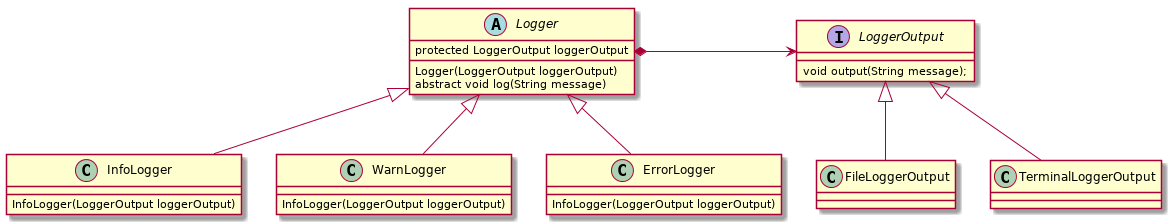
sauljabin/java-design-patterns keeps this PlantUML diagram as plantuml/structural/bridge.png. Above is the earlier version.
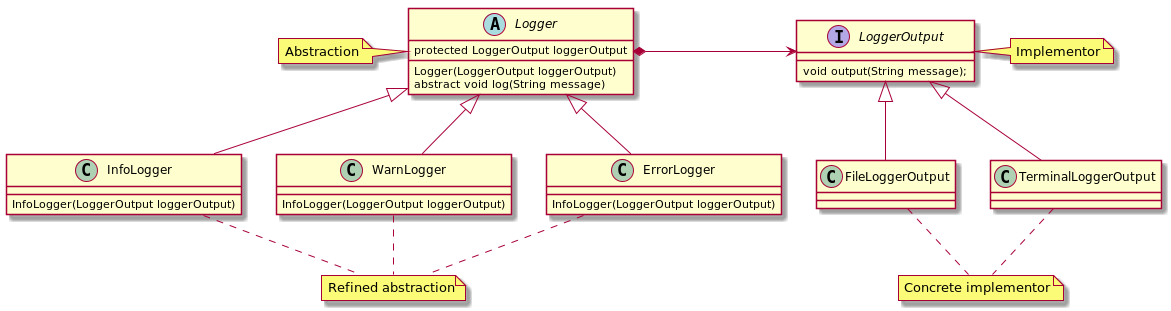
Above is the later version.

Commit message:
Agrega notas al diagrama de gridge

The edit, as a diff of the source:
```diff
@@ -29,4 +29,20 @@
 ErrorLogger -u-|>  Logger
 
 Logger *-r-> LoggerOutput
+
+note "Abstraction" as Abstraction
+Logger .l. Abstraction
+
+note "Refined abstraction" as RefinedAbstraction
+InfoLogger .d. RefinedAbstraction
+WarnLogger .d. RefinedAbstraction
+ErrorLogger .d. RefinedAbstraction
+
+note "Implementor" as Implementor
+LoggerOutput .r. Implementor
+
+note "Concrete implementor" as ConcreteImplementor
+FileLoggerOutput .d. ConcreteImplementor
+TerminalLoggerOutput .d. ConcreteImplementor
+
 @enduml
```
